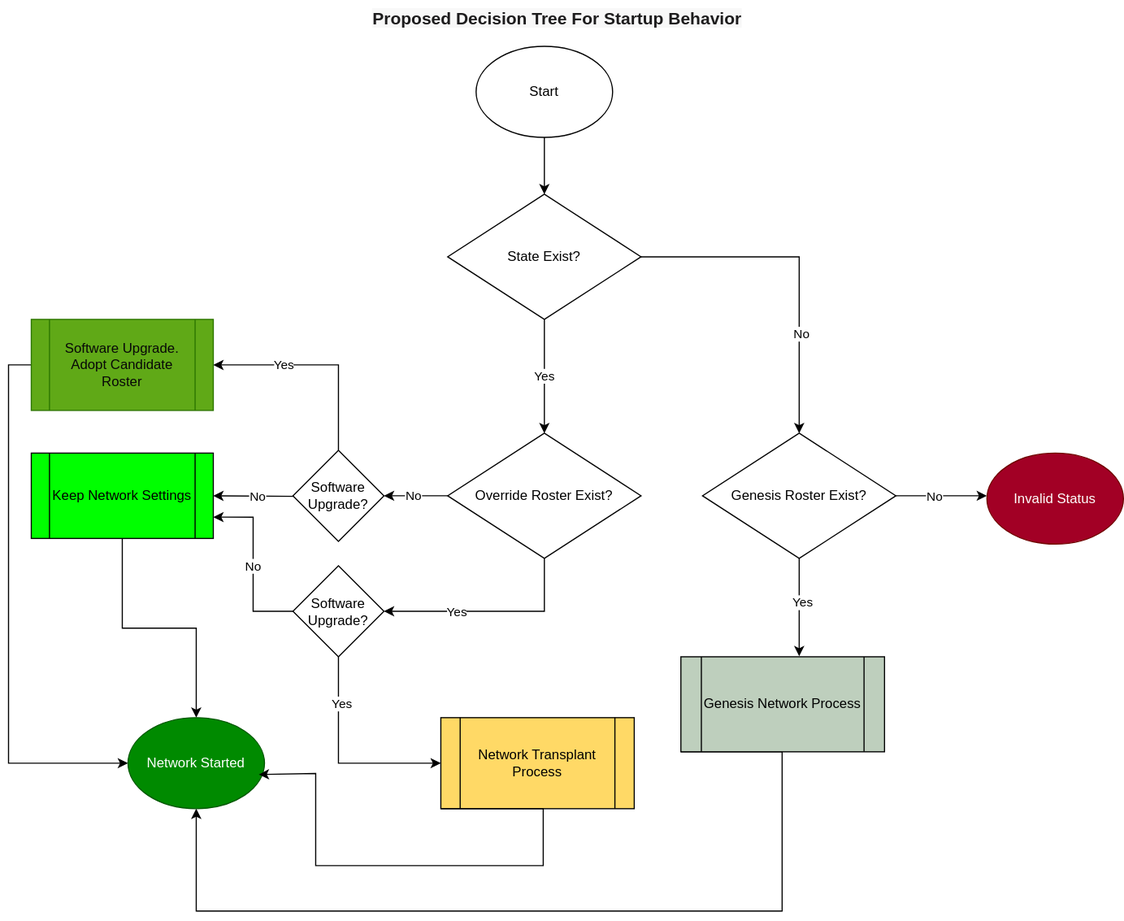
Earlier version of the draw.io export platform-sdk/docs/proposals/001-tss-rosters-design-proposal/TSS Roster Lifecycle-Proposed Startup Behavior.drawio.svg (hashgraph/hedera-services). Source tidied: cells renumbered, new cells last; positions are measured from the earlier drawing's top-left corner, leaving out a move shared by most shapes.
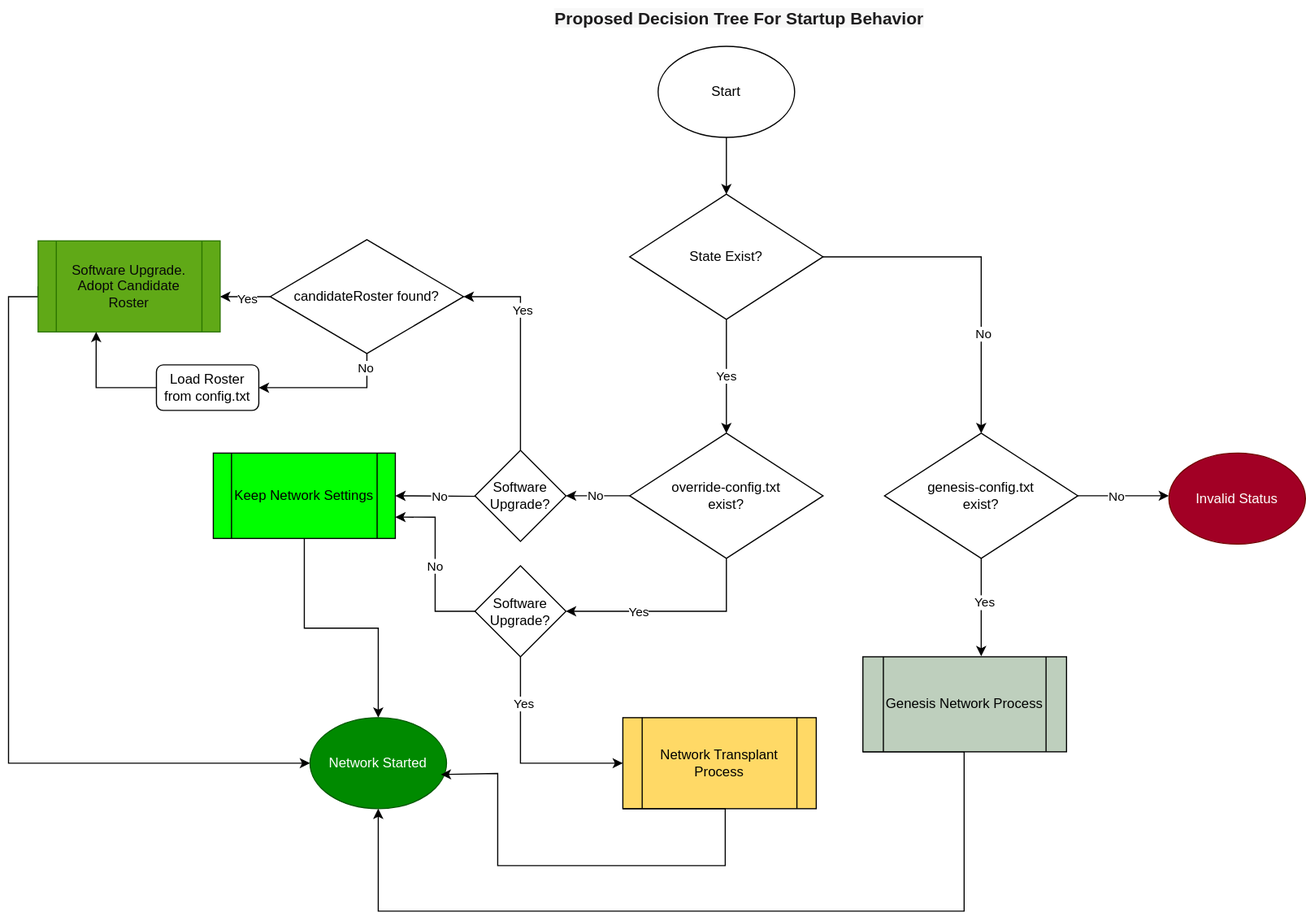
After the commit.

Commit message:
Update the TSS Roster Proposal #16066

Change to the diagram source:
```diff
@@ -20,7 +20,7 @@
         <mxPoint x="1" as="offset" />
       </mxGeometry>
     </mxCell>
-    <mxCell id="6" value="Override Roster Exist?" style="rhombus;whiteSpace=wrap;html=1;" parent="1" vertex="1">
+    <mxCell id="6" value="override-config.txt &lt;br&gt;exist?" style="rhombus;whiteSpace=wrap;html=1;" parent="1" vertex="1">
       <mxGeometry x="386" y="380" width="170" height="110" as="geometry" />
     </mxCell>
     <mxCell id="7" value="Yes" style="edgeStyle=orthogonalEdgeStyle;rounded=0;jettySize=auto;html=1;exitX=0.5;exitY=1;exitDx=0;exitDy=0;entryX=0.5;entryY=0;entryDx=0;entryDy=0;" parent="1" edge="1" source="10" target="6">
@@ -59,16 +59,17 @@
     <mxCell id="16" value="&lt;b style=&quot;box-sizing: inherit; color: rgb(29, 28, 29); font-family: Slack-Lato, Slack-Fractions, appleLogo, sans-serif; font-size: 15px; font-variant-ligatures: common-ligatures; text-align: left; background-color: rgb(248, 248, 248);&quot;&gt;Proposed Decision Tree For Startup Behavior&lt;/b&gt;" style="text;html=1;align=center;verticalAlign=middle;whiteSpace=wrap;rounded=0;" parent="1" vertex="1">
       <mxGeometry x="310" width="345" height="30" as="geometry" />
     </mxCell>
-    <mxCell id="17" style="edgeStyle=orthogonalEdgeStyle;rounded=0;jettySize=auto;html=1;exitX=0;exitY=0.5;exitDx=0;exitDy=0;" parent="1" edge="1" source="18" target="32">
+    <mxCell id="17" style="edgeStyle=orthogonalEdgeStyle;rounded=0;jettySize=auto;html=1;exitX=0;exitY=0.5;exitDx=0;exitDy=0;entryX=0;entryY=0.5;entryDx=0;entryDy=0;" parent="1" edge="1" source="18" target="32">
       <mxGeometry relative="1" as="geometry">
         <Array as="points">
-          <mxPoint y="320" />
-          <mxPoint y="670" />
+          <mxPoint x="-134" y="260" />
+          <mxPoint x="-160" y="260" />
+          <mxPoint x="-160" y="670" />
         </Array>
       </mxGeometry>
     </mxCell>
     <mxCell id="18" value="&lt;font color=&quot;#080808&quot;&gt;Software Upgrade.&lt;br&gt;Adopt Candidate Roster&lt;/font&gt;" style="shape=process;whiteSpace=wrap;html=1;backgroundOutline=1;fillColor=#60a917;strokeColor=#2D7600;fontColor=#ffffff;" parent="1" vertex="1">
-      <mxGeometry x="20" y="280" width="160" height="80" as="geometry" />
+      <mxGeometry x="-134" y="211" width="160" height="80" as="geometry" />
     </mxCell>
     <mxCell id="19" style="edgeStyle=orthogonalEdgeStyle;rounded=0;jettySize=auto;html=1;exitX=0;exitY=0.5;exitDx=0;exitDy=0;entryX=1;entryY=0.5;entryDx=0;entryDy=0;" parent="1" edge="1" source="6" target="23">
       <mxGeometry relative="1" as="geometry" />
@@ -76,8 +77,12 @@
     <mxCell id="20" value="No" style="edgeLabel;html=1;align=center;verticalAlign=middle;" parent="19" vertex="1">
       <mxGeometry x="0.11" y="-1" relative="1" as="geometry" />
     </mxCell>
-    <mxCell id="21" style="edgeStyle=orthogonalEdgeStyle;rounded=0;jettySize=auto;html=1;exitX=0.5;exitY=0;exitDx=0;exitDy=0;entryX=1;entryY=0.5;entryDx=0;entryDy=0;" parent="1" edge="1" source="23" target="18">
-      <mxGeometry relative="1" as="geometry" />
+    <mxCell id="21" style="edgeStyle=orthogonalEdgeStyle;rounded=0;jettySize=auto;html=1;exitX=0.5;exitY=0;exitDx=0;exitDy=0;entryX=1;entryY=0.5;entryDx=0;entryDy=0;" parent="1" edge="1" source="23" target="41">
+      <mxGeometry relative="1" as="geometry">
+        <Array as="points">
+          <mxPoint x="290" y="260" />
+        </Array>
+      </mxGeometry>
     </mxCell>
     <mxCell id="22" value="Yes" style="edgeLabel;html=1;align=center;verticalAlign=middle;" parent="21" vertex="1">
       <mxGeometry x="0.34" y="-1" relative="1" as="geometry" />
@@ -95,7 +100,7 @@
         <mxPoint x="1" as="offset" />
       </mxGeometry>
     </mxCell>
-    <mxCell id="26" value="Genesis Roster Exist?" style="rhombus;whiteSpace=wrap;html=1;" parent="1" vertex="1">
+    <mxCell id="26" value="genesis-config.txt &lt;br&gt;exist?" style="rhombus;whiteSpace=wrap;html=1;" parent="1" vertex="1">
       <mxGeometry x="610" y="380" width="170" height="110" as="geometry" />
     </mxCell>
     <mxCell id="27" style="edgeStyle=orthogonalEdgeStyle;rounded=0;jettySize=auto;html=1;exitX=0.5;exitY=1;exitDx=0;exitDy=0;entryX=0.581;entryY=-0.006;entryDx=0;entryDy=0;entryPerimeter=0;" parent="1" edge="1" source="26" target="12">
@@ -146,5 +151,26 @@
     <mxCell id="38" value="Software Upgrade?" style="rhombus;whiteSpace=wrap;html=1;" parent="1" vertex="1">
       <mxGeometry x="250" y="496.5" width="80" height="80" as="geometry" />
     </mxCell>
+    <mxCell id="39" style="edgeStyle=orthogonalEdgeStyle;rounded=0;jettySize=auto;html=1;exitX=0.5;exitY=1;exitDx=0;exitDy=0;entryX=1;entryY=0.5;entryDx=0;entryDy=0;" parent="1" edge="1" source="41" target="44">
+      <mxGeometry relative="1" as="geometry" />
+    </mxCell>
+    <mxCell id="40" value="No" style="edgeLabel;html=1;align=center;verticalAlign=middle;" parent="39" vertex="1">
+      <mxGeometry x="-0.81" y="-2" relative="1" as="geometry" />
+    </mxCell>
+    <mxCell id="41" value="candidateRoster found?" style="rhombus;whiteSpace=wrap;html=1;" parent="1" vertex="1">
+      <mxGeometry x="70" y="210" width="170" height="100" as="geometry" />
+    </mxCell>
+    <mxCell id="42" style="edgeStyle=orthogonalEdgeStyle;rounded=0;jettySize=auto;html=1;exitX=0;exitY=0.5;exitDx=0;exitDy=0;entryX=1;entryY=0.613;entryDx=0;entryDy=0;entryPerimeter=0;" parent="1" edge="1" source="41" target="18">
+      <mxGeometry relative="1" as="geometry" />
+    </mxCell>
+    <mxCell id="43" value="Yes" style="edgeLabel;html=1;align=center;verticalAlign=middle;" parent="42" vertex="1">
+      <mxGeometry x="-0.05" y="1" relative="1" as="geometry" />
+    </mxCell>
+    <mxCell id="44" value="Load Roster from config.txt" style="rounded=1;whiteSpace=wrap;html=1;" parent="1" vertex="1">
+      <mxGeometry x="-30" y="320" width="90" height="40" as="geometry" />
+    </mxCell>
+    <mxCell id="45" style="edgeStyle=orthogonalEdgeStyle;rounded=0;jettySize=auto;html=1;exitX=0;exitY=0.5;exitDx=0;exitDy=0;entryX=0.319;entryY=1;entryDx=0;entryDy=0;entryPerimeter=0;" parent="1" edge="1" source="44" target="18">
+      <mxGeometry relative="1" as="geometry" />
+    </mxCell>
   </root>
 </mxGraphModel>
```
